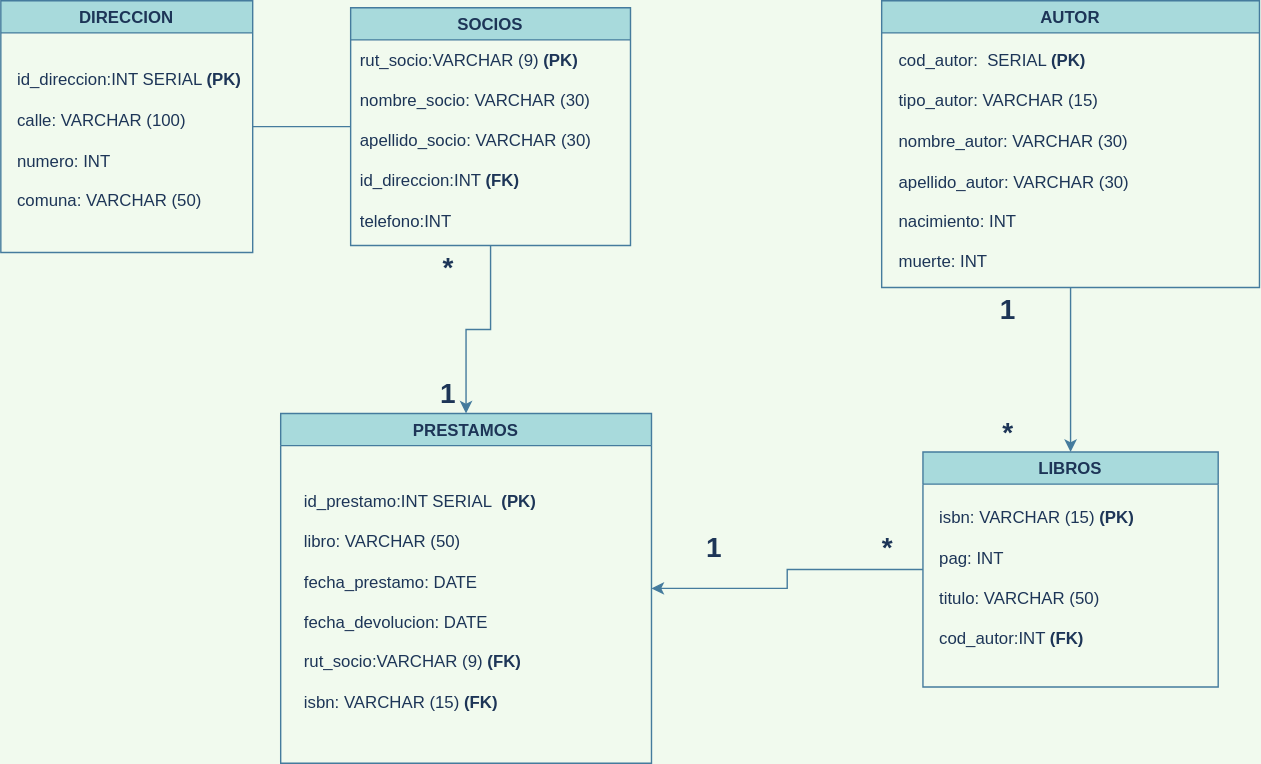
Above: Modelo_Fisico_03.svg in latiscool/BD_Bilbioteca_LTG (draw.io), before the change. Source tidied: cells renumbered, new cells last; positions are measured from the earlier drawing's top-left corner, leaving out a move shared by most shapes.
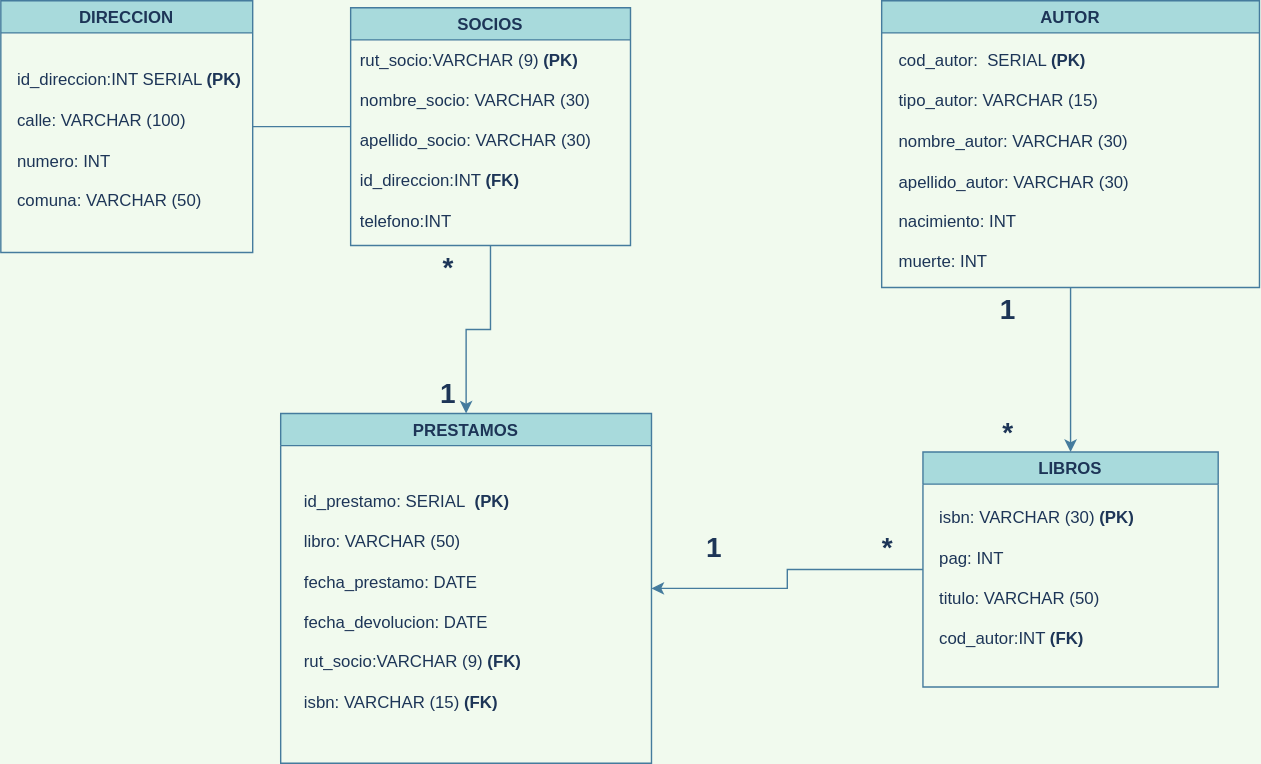
Above is the later version.

Diff of the diagram source:
```diff
@@ -17,7 +17,7 @@
     <mxCell id="6" value="PRESTAMOS" style="swimlane;startSize=23;fillColor=#A8DADC;strokeColor=#457B9D;fontColor=#1D3557;" parent="1" vertex="1">
       <mxGeometry x="200" y="295" width="265" height="250" as="geometry" />
     </mxCell>
-    <mxCell id="7" value="&lt;blockquote style=&quot;margin: 0 0 0 40px ; border: none ; padding: 0px&quot;&gt;&lt;/blockquote&gt;id_prestamo:INT SERIAL&amp;nbsp; &lt;b&gt;(PK)&lt;/b&gt;&lt;br&gt;&lt;br&gt;libro: VARCHAR (50)&lt;br&gt;&lt;br&gt;fecha_prestamo: DATE&lt;br&gt;&lt;br&gt;fecha_devolucion: DATE&lt;br&gt;&lt;br&gt;rut_socio:VARCHAR (9)&amp;nbsp;&lt;b&gt;(FK)&lt;/b&gt;&lt;br&gt;&amp;nbsp;&lt;br&gt;isbn: VARCHAR (15)&amp;nbsp;&lt;b&gt;(FK)&lt;/b&gt;" style="text;html=1;strokeColor=none;fillColor=none;align=left;verticalAlign=middle;whiteSpace=wrap;rounded=0;fontColor=#1D3557;" parent="6" vertex="1">
+    <mxCell id="7" value="&lt;blockquote style=&quot;margin: 0 0 0 40px ; border: none ; padding: 0px&quot;&gt;&lt;/blockquote&gt;id_prestamo: SERIAL&amp;nbsp; &lt;b&gt;(PK)&lt;/b&gt;&lt;br&gt;&lt;br&gt;libro: VARCHAR (50)&lt;br&gt;&lt;br&gt;fecha_prestamo: DATE&lt;br&gt;&lt;br&gt;fecha_devolucion: DATE&lt;br&gt;&lt;br&gt;rut_socio:VARCHAR (9)&amp;nbsp;&lt;b&gt;(FK)&lt;/b&gt;&lt;br&gt;&amp;nbsp;&lt;br&gt;isbn: VARCHAR (15)&amp;nbsp;&lt;b&gt;(FK)&lt;/b&gt;" style="text;html=1;strokeColor=none;fillColor=none;align=left;verticalAlign=middle;whiteSpace=wrap;rounded=0;fontColor=#1D3557;" parent="6" vertex="1">
       <mxGeometry x="15" y="30" width="225" height="210" as="geometry" />
     </mxCell>
     <mxCell id="8" style="edgeStyle=orthogonalEdgeStyle;rounded=0;jettySize=auto;html=1;labelBackgroundColor=#F1FAEE;strokeColor=#457B9D;fontColor=#1D3557;exitX=0.5;exitY=1;exitDx=0;exitDy=0;entryX=0.5;entryY=0;entryDx=0;entryDy=0;" parent="1" edge="1" source="11" target="9">
@@ -26,7 +26,7 @@
     <mxCell id="9" value="LIBROS" style="swimlane;startSize=23;fillColor=#A8DADC;strokeColor=#457B9D;fontColor=#1D3557;" parent="1" vertex="1">
       <mxGeometry x="659" y="322.5" width="211" height="168" as="geometry" />
     </mxCell>
-    <mxCell id="10" value="&lt;div&gt;isbn: VARCHAR (15) &lt;b&gt;(PK)&lt;/b&gt;&lt;/div&gt;&lt;div&gt;&lt;b&gt;&lt;br&gt;&lt;/b&gt;&lt;/div&gt;&lt;div&gt;&lt;span&gt;pag: INT&lt;/span&gt;&lt;/div&gt;&lt;div&gt;&lt;span&gt;&lt;br&gt;&lt;/span&gt;&lt;/div&gt;&lt;div&gt;&lt;span&gt;titulo: VARCHAR (50)&lt;/span&gt;&lt;/div&gt;&lt;div&gt;&lt;span&gt;&lt;br&gt;&lt;/span&gt;&lt;/div&gt;&lt;div&gt;cod_autor:INT &lt;b&gt;(FK)&lt;/b&gt;&lt;/div&gt;" style="text;html=1;strokeColor=none;fillColor=none;align=left;verticalAlign=middle;whiteSpace=wrap;rounded=0;sketch=0;fontColor=#1D3557;" parent="9" vertex="1">
+    <mxCell id="10" value="&lt;div&gt;isbn: VARCHAR (30) &lt;b&gt;(PK)&lt;/b&gt;&lt;/div&gt;&lt;div&gt;&lt;b&gt;&lt;br&gt;&lt;/b&gt;&lt;/div&gt;&lt;div&gt;&lt;span&gt;pag: INT&lt;/span&gt;&lt;/div&gt;&lt;div&gt;&lt;span&gt;&lt;br&gt;&lt;/span&gt;&lt;/div&gt;&lt;div&gt;&lt;span&gt;titulo: VARCHAR (50)&lt;/span&gt;&lt;/div&gt;&lt;div&gt;&lt;span&gt;&lt;br&gt;&lt;/span&gt;&lt;/div&gt;&lt;div&gt;cod_autor:INT &lt;b&gt;(FK)&lt;/b&gt;&lt;/div&gt;" style="text;html=1;strokeColor=none;fillColor=none;align=left;verticalAlign=middle;whiteSpace=wrap;rounded=0;sketch=0;fontColor=#1D3557;" parent="9" vertex="1">
       <mxGeometry x="10" y="30" width="180" height="120" as="geometry" />
     </mxCell>
     <mxCell id="11" value="AUTOR" style="swimlane;fillColor=#A8DADC;strokeColor=#457B9D;fontColor=#1D3557;" parent="1" vertex="1">
```
